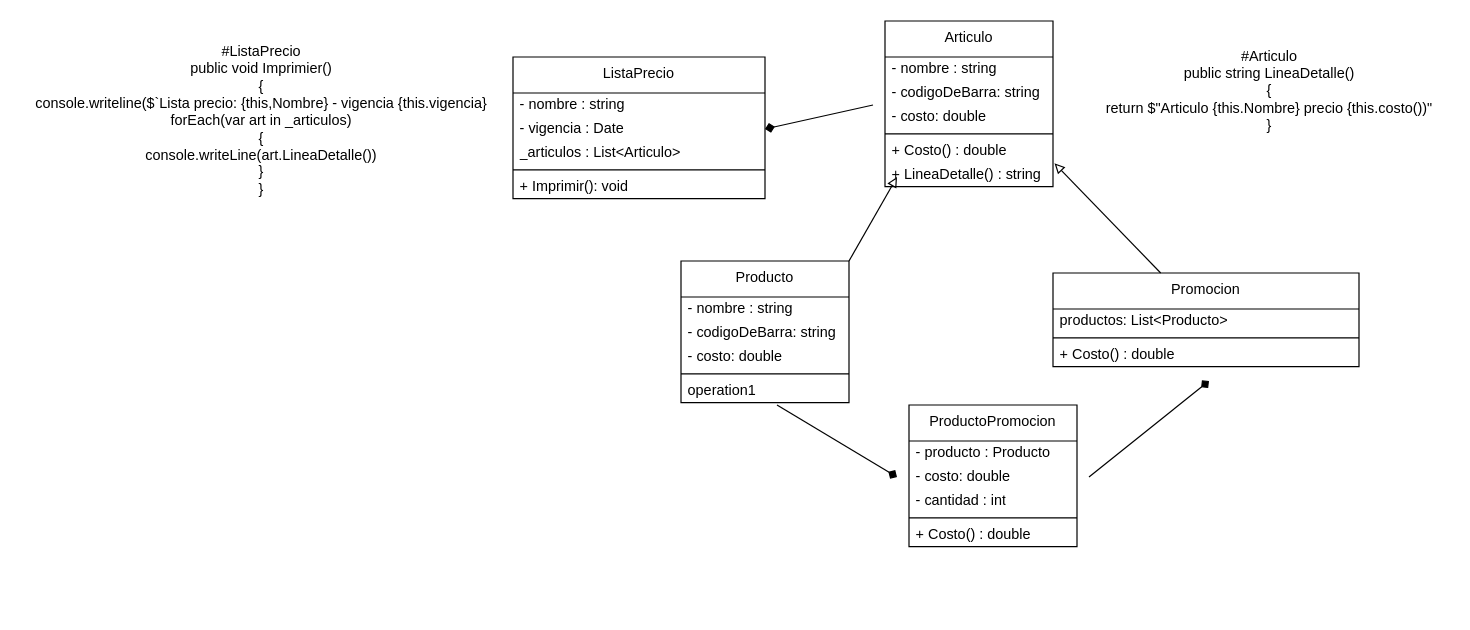
The draw.io diagram clase_10/marketing.dio in EdgarSteinberg/programacion-2-repaso, before the edit. Source tidied: cells renumbered, new cells numbered last; positions are measured from the earlier drawing's top-left corner, leaving out a move shared by most shapes. Both pictures are drawn from the tidied source at 120%, with x=0, y=0 at pixel (20, 20).
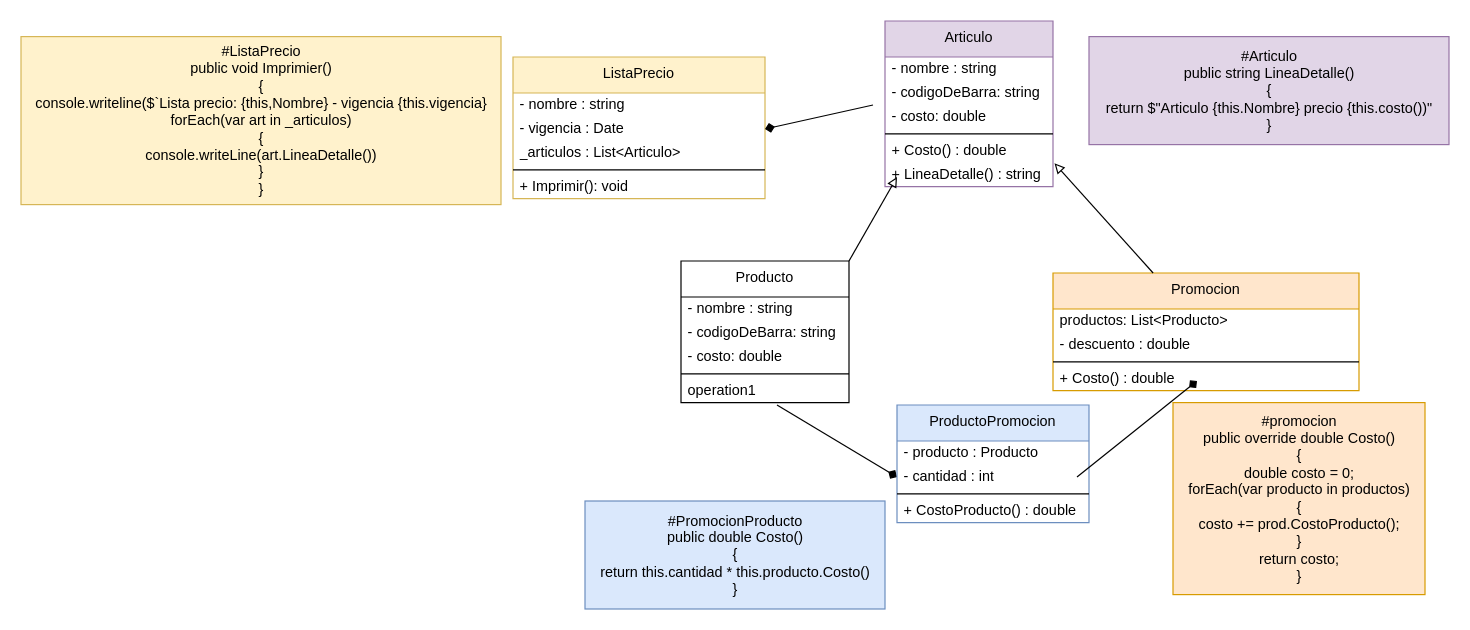
The same page after the edit.

Commit message (it also covers changes not shown here):
diagrama clases pedido

The edit, as a diff of the source:
```diff
@@
-    <mxCell id="2" value="Promocion" style="swimlane;fontStyle=0;align=center;verticalAlign=top;horizontal=1;startSize=30;html=1;whiteSpace=wrap;" parent="1" vertex="1">
-      <mxGeometry x="860" y="210" width="255" height="78" as="geometry" />
+    <mxCell id="2" value="Promocion" style="swimlane;fontStyle=0;align=center;verticalAlign=top;horizontal=1;startSize=30;html=1;whiteSpace=wrap;fillColor=#ffe6cc;strokeColor=#d79b00;" parent="1" vertex="1">
+      <mxGeometry x="860" y="210" width="255" height="98" as="geometry" />
     </mxCell>
+    <mxCell id="38" value="productos: List&amp;lt;Producto&amp;gt;" style="text;html=1;strokeColor=none;fillColor=none;align=left;verticalAlign=middle;spacingLeft=4;spacingRight=4;overflow=hidden;whiteSpace=wrap;" parent="2" vertex="1">
+      <mxGeometry y="30" width="255" height="20" as="geometry" />
+    </mxCell>
-    <mxCell id="3" value="productos: List&amp;lt;Producto&amp;gt;" style="text;html=1;strokeColor=none;fillColor=none;align=left;verticalAlign=middle;spacingLeft=4;spacingRight=4;overflow=hidden;whiteSpace=wrap;" parent="2" vertex="1">
-      <mxGeometry y="30" width="255" height="20" as="geometry" />
+    <mxCell id="3" value="- descuento : double" style="text;html=1;strokeColor=none;fillColor=none;align=left;verticalAlign=middle;spacingLeft=4;spacingRight=4;overflow=hidden;whiteSpace=wrap;" parent="2" vertex="1">
+      <mxGeometry y="50" width="255" height="20" as="geometry" />
     </mxCell>
     <mxCell id="4" style="line;strokeWidth=1;fillColor=none;align=left;verticalAlign=middle;spacingTop=-1;spacingLeft=3;spacingRight=3;labelPosition=right;" parent="2" vertex="1">
-      <mxGeometry y="50" width="255" height="8" as="geometry" />
+      <mxGeometry y="70" width="255" height="8" as="geometry" />
     </mxCell>
     <mxCell id="5" value="+ Costo() : double" style="text;html=1;strokeColor=none;fillColor=none;align=left;verticalAlign=middle;spacingLeft=4;spacingRight=4;overflow=hidden;whiteSpace=wrap;" parent="2" vertex="1">
-      <mxGeometry y="58" width="255" height="20" as="geometry" />
+      <mxGeometry y="78" width="255" height="20" as="geometry" />
     </mxCell>
-    <mxCell id="6" value="Articulo" style="swimlane;fontStyle=0;align=center;verticalAlign=top;horizontal=1;startSize=30;html=1;whiteSpace=wrap;" parent="1" vertex="1">
+    <mxCell id="6" value="Articulo" style="swimlane;fontStyle=0;align=center;verticalAlign=top;horizontal=1;startSize=30;html=1;whiteSpace=wrap;fillColor=#e1d5e7;strokeColor=#9673a6;" parent="1" vertex="1">
       <mxGeometry x="720" width="140" height="138" as="geometry" />
     </mxCell>
@@
-    <mxCell id="13" value="ListaPrecio" style="swimlane;fontStyle=0;align=center;verticalAlign=top;horizontal=1;startSize=30;html=1;whiteSpace=wrap;" parent="1" vertex="1">
+    <mxCell id="13" value="ListaPrecio" style="swimlane;fontStyle=0;align=center;verticalAlign=top;horizontal=1;startSize=30;html=1;whiteSpace=wrap;fillColor=#fff2cc;strokeColor=#d6b656;" parent="1" vertex="1">
       <mxGeometry x="410" y="30" width="210" height="118" as="geometry" />
     </mxCell>
@@
-    <mxCell id="29" value="ProductoPromocion" style="swimlane;fontStyle=0;align=center;verticalAlign=top;horizontal=1;startSize=30;html=1;whiteSpace=wrap;" parent="1" vertex="1">
-      <mxGeometry x="740" y="320" width="140" height="118" as="geometry" />
+    <mxCell id="29" value="ProductoPromocion" style="swimlane;fontStyle=0;align=center;verticalAlign=top;horizontal=1;startSize=30;html=1;whiteSpace=wrap;fillColor=#dae8fc;strokeColor=#6c8ebf;" parent="1" vertex="1">
+      <mxGeometry x="730" y="320" width="160" height="98" as="geometry" />
     </mxCell>
     <mxCell id="30" value="- producto : Producto" style="text;html=1;strokeColor=none;fillColor=none;align=left;verticalAlign=middle;spacingLeft=4;spacingRight=4;overflow=hidden;whiteSpace=wrap;" parent="29" vertex="1">
-      <mxGeometry y="30" width="140" height="20" as="geometry" />
+      <mxGeometry y="30" width="160" height="20" as="geometry" />
     </mxCell>
@@
-    <mxCell id="32" value="- costo: double" style="text;html=1;strokeColor=none;fillColor=none;align=left;verticalAlign=middle;spacingLeft=4;spacingRight=4;overflow=hidden;whiteSpace=wrap;" parent="29" vertex="1">
-      <mxGeometry y="50" width="140" height="20" as="geometry" />
-    </mxCell>
     <mxCell id="33" value="- cantidad : int" style="text;html=1;strokeColor=none;fillColor=none;align=left;verticalAlign=middle;spacingLeft=4;spacingRight=4;overflow=hidden;whiteSpace=wrap;" parent="29" vertex="1">
-      <mxGeometry y="70" width="140" height="20" as="geometry" />
+      <mxGeometry y="50" width="160" height="20" as="geometry" />
     </mxCell>
     <mxCell id="34" style="line;strokeWidth=1;fillColor=none;align=left;verticalAlign=middle;spacingTop=-1;spacingLeft=3;spacingRight=3;labelPosition=right;" parent="29" vertex="1">
-      <mxGeometry y="90" width="140" height="8" as="geometry" />
+      <mxGeometry y="70" width="160" height="8" as="geometry" />
     </mxCell>
-    <mxCell id="35" value="+ Costo() : double" style="text;html=1;strokeColor=none;fillColor=none;align=left;verticalAlign=middle;spacingLeft=4;spacingRight=4;overflow=hidden;whiteSpace=wrap;" parent="29" vertex="1">
-      <mxGeometry y="98" width="140" height="20" as="geometry" />
+    <mxCell id="35" value="+ CostoProducto() : double" style="text;html=1;strokeColor=none;fillColor=none;align=left;verticalAlign=middle;spacingLeft=4;spacingRight=4;overflow=hidden;whiteSpace=wrap;" parent="29" vertex="1">
+      <mxGeometry y="78" width="160" height="20" as="geometry" />
     </mxCell>
-    <mxCell id="36" value="#ListaPrecio&lt;div&gt;public void Imprimier()&lt;/div&gt;&lt;div&gt;{&lt;/div&gt;&lt;div&gt;console.writeline($`Lista precio: {this,Nombre} - vigencia {this.vigencia}&lt;/div&gt;&lt;div&gt;forEach(var art in _articulos)&lt;/div&gt;&lt;div&gt;{&lt;/div&gt;&lt;div&gt;console.writeLine(art.LineaDetalle())&lt;br&gt;&lt;/div&gt;&lt;div&gt;}&lt;/div&gt;&lt;div&gt;}&lt;/div&gt;" style="text;html=1;align=center;verticalAlign=middle;strokeColor=none;fillColor=none;" parent="1" vertex="1">
+    <mxCell id="36" value="#ListaPrecio&lt;div&gt;public void Imprimier()&lt;/div&gt;&lt;div&gt;{&lt;/div&gt;&lt;div&gt;console.writeline($`Lista precio: {this,Nombre} - vigencia {this.vigencia}&lt;/div&gt;&lt;div&gt;forEach(var art in _articulos)&lt;/div&gt;&lt;div&gt;{&lt;/div&gt;&lt;div&gt;console.writeLine(art.LineaDetalle())&lt;br&gt;&lt;/div&gt;&lt;div&gt;}&lt;/div&gt;&lt;div&gt;}&lt;/div&gt;" style="text;html=1;align=center;verticalAlign=middle;strokeColor=#d6b656;fillColor=#fff2cc;" parent="1" vertex="1">
       <mxGeometry y="13" width="400" height="140" as="geometry" />
     </mxCell>
-    <mxCell id="37" value="#Articulo&lt;div&gt;public string LineaDetalle()&lt;/div&gt;&lt;div&gt;{&lt;/div&gt;&lt;div&gt;return $&quot;Articulo {this.Nombre} precio {this.costo())&quot;&lt;/div&gt;&lt;div&gt;}&lt;/div&gt;" style="text;html=1;align=center;verticalAlign=middle;strokeColor=none;fillColor=none;" parent="1" vertex="1">
+    <mxCell id="37" value="#Articulo&lt;div&gt;public string LineaDetalle()&lt;/div&gt;&lt;div&gt;{&lt;/div&gt;&lt;div&gt;return $&quot;Articulo {this.Nombre} precio {this.costo())&quot;&lt;/div&gt;&lt;div&gt;}&lt;/div&gt;" style="text;html=1;align=center;verticalAlign=middle;strokeColor=#9673a6;fillColor=#e1d5e7;" parent="1" vertex="1">
       <mxGeometry x="890" y="13" width="300" height="90" as="geometry" />
     </mxCell>
+    <mxCell id="39" value="#promocion&lt;div&gt;public override double Costo()&lt;/div&gt;&lt;div&gt;{&lt;/div&gt;&lt;div&gt;double costo = 0;&lt;/div&gt;&lt;div&gt;forEach(var producto in productos)&lt;/div&gt;&lt;div&gt;{&lt;/div&gt;&lt;div&gt;costo += prod.CostoProducto();&lt;/div&gt;&lt;div&gt;}&lt;/div&gt;&lt;div&gt;return costo;&lt;/div&gt;&lt;div&gt;}&lt;/div&gt;" style="text;html=1;align=center;verticalAlign=middle;strokeColor=#d79b00;fillColor=#ffe6cc;" parent="1" vertex="1">
+      <mxGeometry x="960" y="318" width="210" height="160" as="geometry" />
+    </mxCell>
+    <mxCell id="40" value="#PromocionProducto&lt;div&gt;public double Costo()&lt;/div&gt;&lt;div&gt;{&lt;/div&gt;&lt;div&gt;return this.cantidad * this.producto.Costo()&lt;/div&gt;&lt;div&gt;}&lt;/div&gt;" style="text;html=1;align=center;verticalAlign=middle;strokeColor=#6c8ebf;fillColor=#dae8fc;" parent="1" vertex="1">
+      <mxGeometry x="470" y="400" width="250" height="90" as="geometry" />
+    </mxCell>
```
